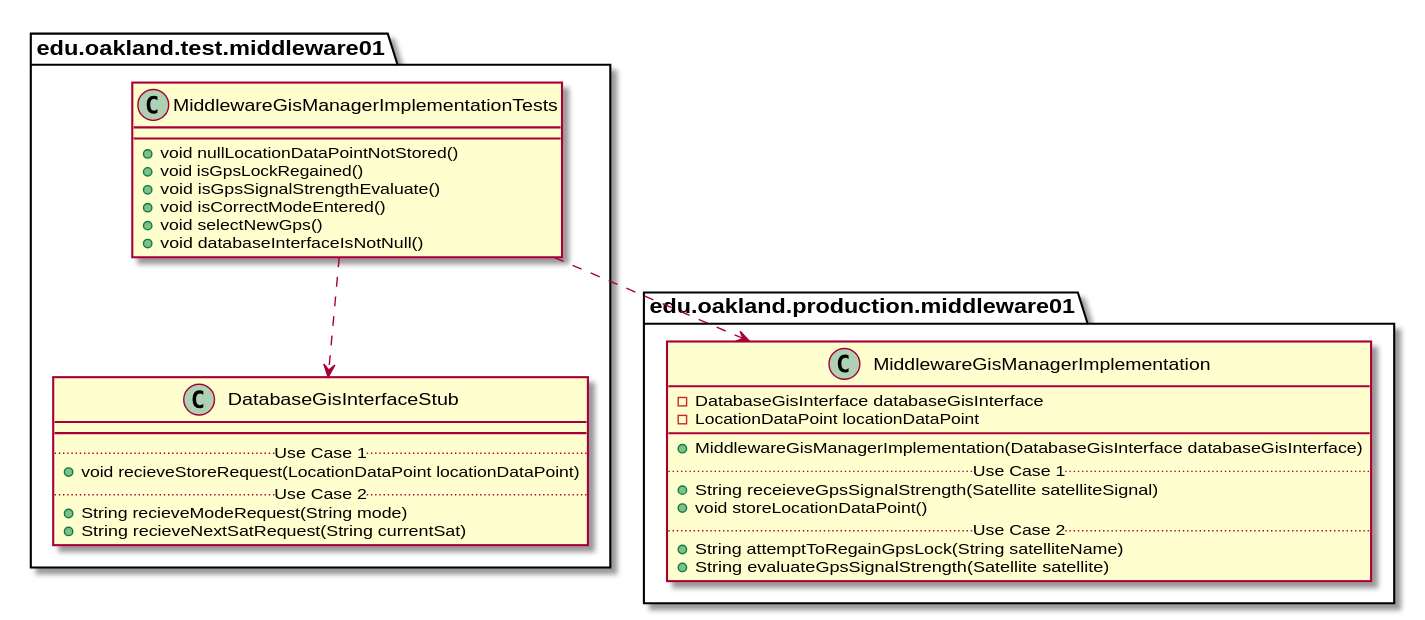
Earlier version of the PlantUML export docs/uml-class-diagrams/middleware01/test/MiddlewareGisManagerImplementationTests/MiddlewareGisManagerImplementationTests_DirectDependencies.svg (andrewdimmer/csi-3370-software-project).
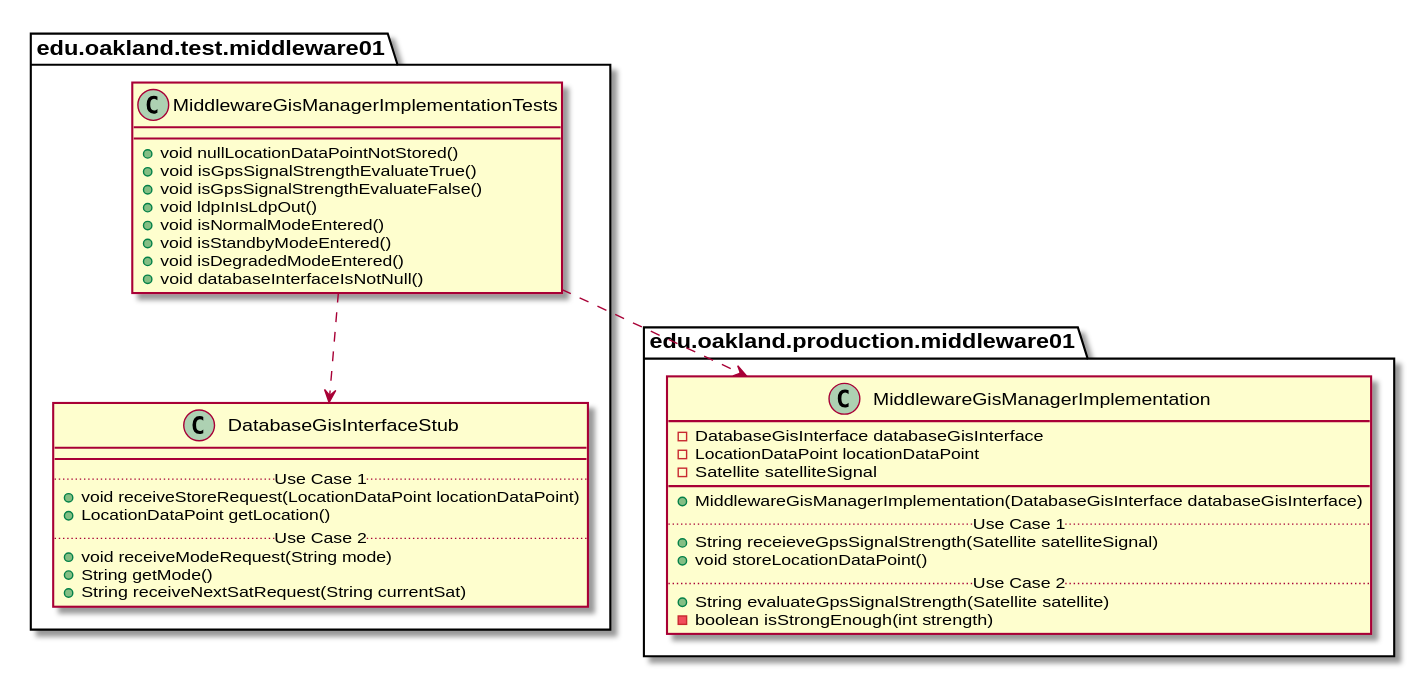
After the commit.

The edit, as a diff of the source:
```diff
@@ -4,10 +4,12 @@
 package edu.oakland.test.middleware01 {
   class MiddlewareGisManagerImplementationTests {
     + void nullLocationDataPointNotStored()
-    + void isGpsLockRegained()
-    + void isGpsSignalStrengthEvaluate()
-    + void isCorrectModeEntered()
-    + void selectNewGps()
+    + void isGpsSignalStrengthEvaluateTrue()
+    + void isGpsSignalStrengthEvaluateFalse()
+    + void ldpInIsLdpOut()
+    + void isNormalModeEntered()
+    + void isStandbyModeEntered()
+    + void isDegradedModeEntered()
     + void databaseInterfaceIsNotNull()
   }
 }
@@ -18,10 +20,12 @@
     class DatabaseGisInterfaceStub {
         __
         .. Use Case 1 ..
-        + void recieveStoreRequest(LocationDataPoint locationDataPoint)
+        + void receiveStoreRequest(LocationDataPoint locationDataPoint)
+        + LocationDataPoint getLocation()
         .. Use Case 2 ..
-        + String recieveModeRequest(String mode)
-        + String recieveNextSatRequest(String currentSat)
+        + void receiveModeRequest(String mode)
+        + String getMode()
+        + String receiveNextSatRequest(String currentSat)
     }
 }
 
@@ -32,14 +36,15 @@
     class MiddlewareGisManagerImplementation {
         - DatabaseGisInterface databaseGisInterface
         - LocationDataPoint locationDataPoint
+        - Satellite satelliteSignal
         __
         + MiddlewareGisManagerImplementation(DatabaseGisInterface databaseGisInterface)
         .. Use Case 1 ..
         + String receieveGpsSignalStrength(Satellite satelliteSignal)
         + void storeLocationDataPoint()
         .. Use Case 2 ..
-        + String attemptToRegainGpsLock(String satelliteName)
         + String evaluateGpsSignalStrength(Satellite satellite)
+        - boolean isStrongEnough(int strength)
     }
 }
 
```
